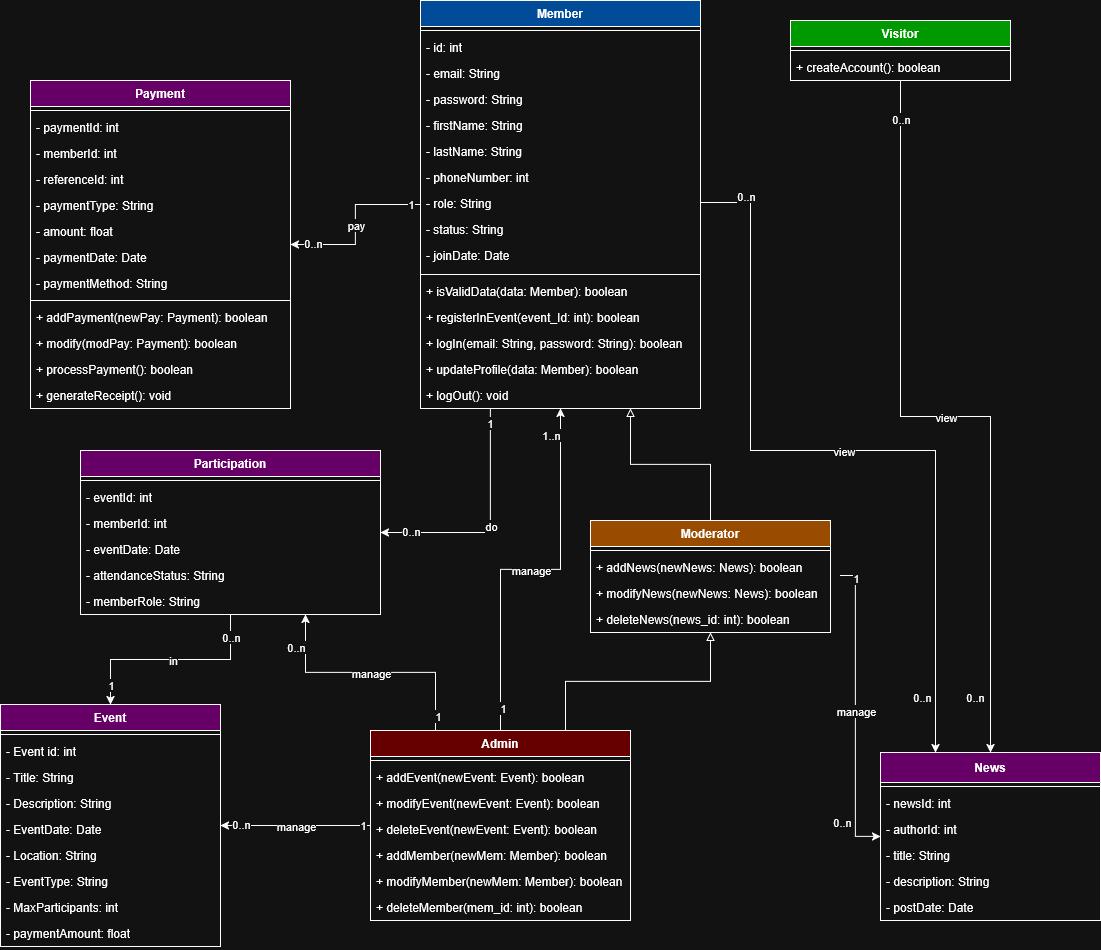
This is uml diagram/class.png from rayenbenyoussef/Jci_Manager, a draw.io export, as it was before one commit. Source tidied: cells renumbered, new cells last; positions are measured from the earlier drawing's top-left corner, leaving out a move shared by most shapes.
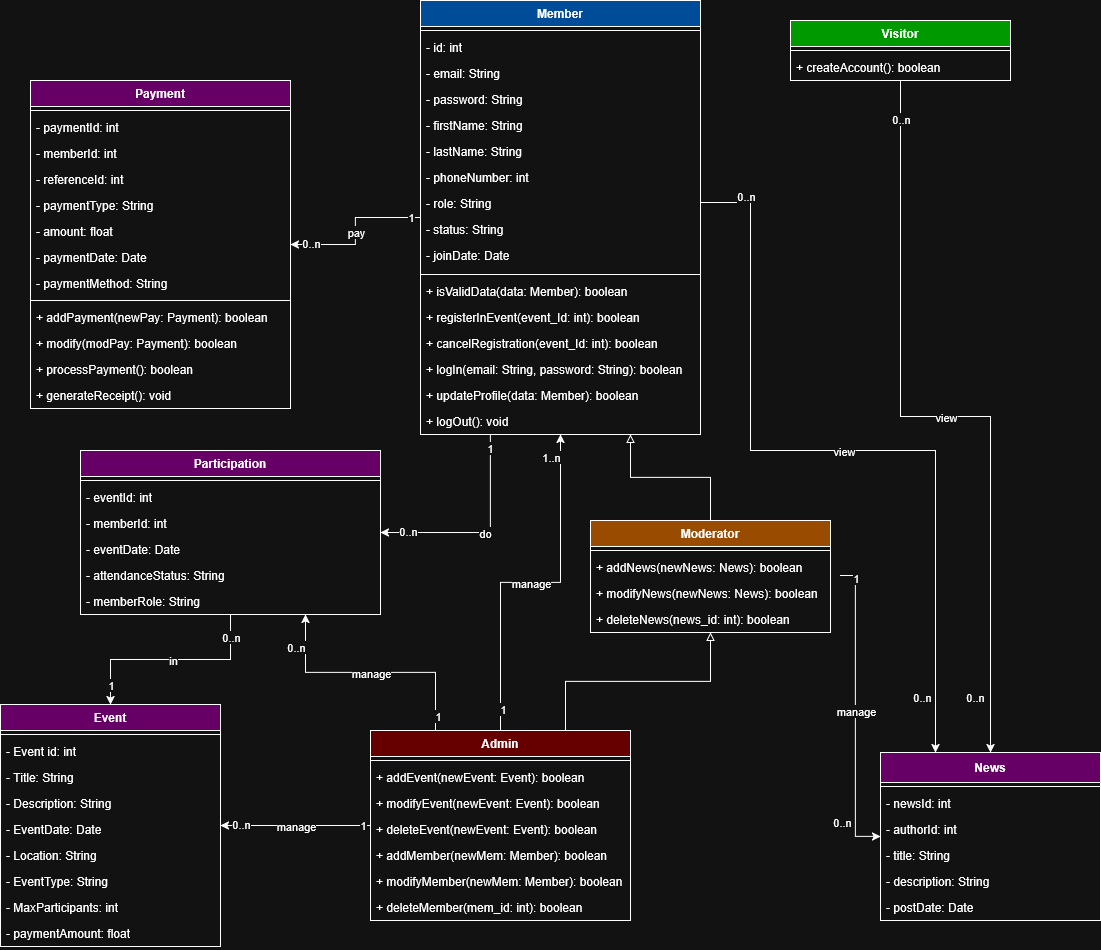
After the change.

The edit, as a diff of the source:
```diff
@@ -33,7 +33,7 @@
       <mxGeometry y="216" width="220" height="26" as="geometry" />
     </mxCell>
     <mxCell id="12" value="Member" style="swimlane;fontStyle=1;horizontal=1;startSize=26;fillColor=light-dark(#FFFFFF,#004C99);" parent="1" vertex="1">
-      <mxGeometry x="420" width="280" height="408" as="geometry" />
+      <mxGeometry x="420" width="280" height="434" as="geometry" />
     </mxCell>
     <mxCell id="13" style="line;strokeWidth=1;fillColor=none;align=left;verticalAlign=middle;spacingTop=-1;spacingLeft=3;spacingRight=3;labelPosition=right;" parent="12" vertex="1">
       <mxGeometry y="26" width="280" height="8" as="geometry" />
@@ -74,14 +74,17 @@
     <mxCell id="25" value="+ registerInEvent(event_Id: int): boolean" style="text;strokeColor=none;fillColor=none;align=left;verticalAlign=top;spacingLeft=4;spacingRight=4;overflow=hidden;" parent="12" vertex="1">
       <mxGeometry y="304" width="280" height="26" as="geometry" />
     </mxCell>
+    <mxCell id="111" value="+ cancelRegistration(event_Id: int): boolean" style="text;strokeColor=none;fillColor=none;align=left;verticalAlign=top;spacingLeft=4;spacingRight=4;overflow=hidden;" parent="12" vertex="1">
+      <mxGeometry y="330" width="280" height="26" as="geometry" />
+    </mxCell>
     <mxCell id="26" value="+ logIn(email: String, password: String): boolean" style="text;strokeColor=none;fillColor=none;align=left;verticalAlign=top;spacingLeft=4;spacingRight=4;overflow=hidden;" parent="12" vertex="1">
-      <mxGeometry y="330" width="280" height="26" as="geometry" />
+      <mxGeometry y="356" width="280" height="26" as="geometry" />
     </mxCell>
     <mxCell id="27" value="+ updateProfile(data: Member): boolean" style="text;strokeColor=none;fillColor=none;align=left;verticalAlign=top;spacingLeft=4;spacingRight=4;overflow=hidden;" parent="12" vertex="1">
-      <mxGeometry y="356" width="280" height="26" as="geometry" />
+      <mxGeometry y="382" width="280" height="26" as="geometry" />
     </mxCell>
     <mxCell id="28" value="+ logOut(): void" style="text;strokeColor=none;fillColor=none;align=left;verticalAlign=top;spacingLeft=4;spacingRight=4;overflow=hidden;" parent="12" vertex="1">
-      <mxGeometry y="382" width="280" height="26" as="geometry" />
+      <mxGeometry y="408" width="280" height="26" as="geometry" />
     </mxCell>
     <mxCell id="29" value="News" style="swimlane;fontStyle=1;horizontal=1;startSize=30;fillColor=light-dark(#FFFFFF,#660066);" parent="1" vertex="1">
       <mxGeometry x="880" y="752" width="220" height="168" as="geometry" />
```
